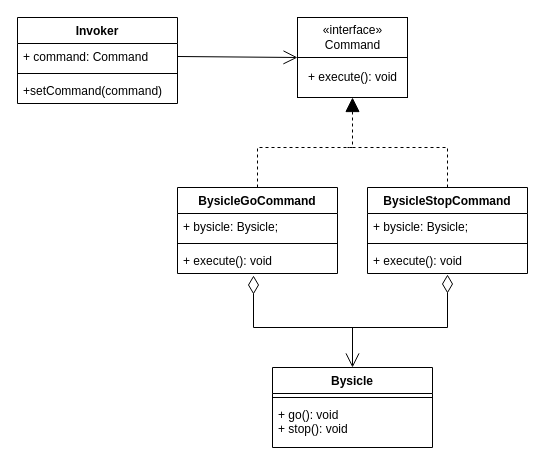
Earlier version of the draw.io diagram Behavioral/Command/command.drawio (VladTkachenko-page/Patterns). Source tidied: cells renumbered, new cells numbered last; positions are measured from the earlier drawing's top-left corner, leaving out a move shared by most shapes. Both pictures are drawn from the tidied source at 100%, with x=0, y=0 at pixel (17, 17).
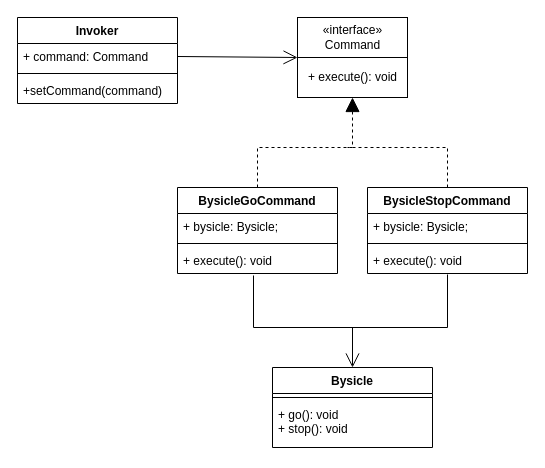
The same diagram, later.

The change refers to these unchanged cells:
```xml
<mxCell id="5" value="+ execute(): void" style="text;strokeColor=none;fillColor=none;align=left;verticalAlign=top;spacingLeft=4;spacingRight=4;overflow=hidden;points=[[0,0.5],[1,0.5]];portConstraint=eastwest;" parent="2" vertex="1">
  <mxGeometry y="60" width="160" height="26" as="geometry" />
</mxCell>
<mxCell id="20" value="Bysicle" style="swimlane;fontStyle=1;align=center;verticalAlign=top;horizontal=1;startSize=26;" parent="1" vertex="1">
  <mxGeometry x="255" y="350" width="160" height="80" as="geometry" />
</mxCell>
```

The edit, as a diff of the source:
```diff
@@
-    <mxCell id="23" style="endArrow=open;endFill=1;endSize=12;html=1;entryX=0.5;entryY=0;entryDx=0;entryDy=0;exitX=0.475;exitY=1.077;exitDx=0;exitDy=0;exitPerimeter=0;rounded=0;startArrow=diamondThin;startFill=0;startSize=16;targetPerimeterSpacing=0;" parent="1" edge="1" source="5" target="20">
+    <mxCell id="23" style="endArrow=open;endFill=1;endSize=12;html=1;entryX=0.5;entryY=0;entryDx=0;entryDy=0;exitX=0.475;exitY=1.077;exitDx=0;exitDy=0;exitPerimeter=0;rounded=0;startArrow=none;startFill=0;startSize=16;targetPerimeterSpacing=0;" parent="1" edge="1" source="5" target="20">
       <mxGeometry relative="1" as="geometry">
         <Array as="points">
           <mxPoint x="236" y="310" />
           <mxPoint x="335" y="310" />
         </Array>
       </mxGeometry>
     </mxCell>
-    <mxCell id="24" style="endArrow=none;endFill=0;endSize=12;html=1;rounded=0;startArrow=diamondThin;startFill=0;startSize=16;" parent="1" edge="1">
+    <mxCell id="24" style="endArrow=none;endFill=0;endSize=12;html=1;rounded=0;startArrow=none;startFill=0;startSize=16;" parent="1" edge="1">
       <mxGeometry relative="1" as="geometry">
         <mxPoint x="430" y="257" as="sourcePoint" />
         <mxPoint x="330" y="310" as="targetPoint" />
         <Array as="points">
           <mxPoint x="430" y="310" />
         </Array>
       </mxGeometry>
     </mxCell>
```
